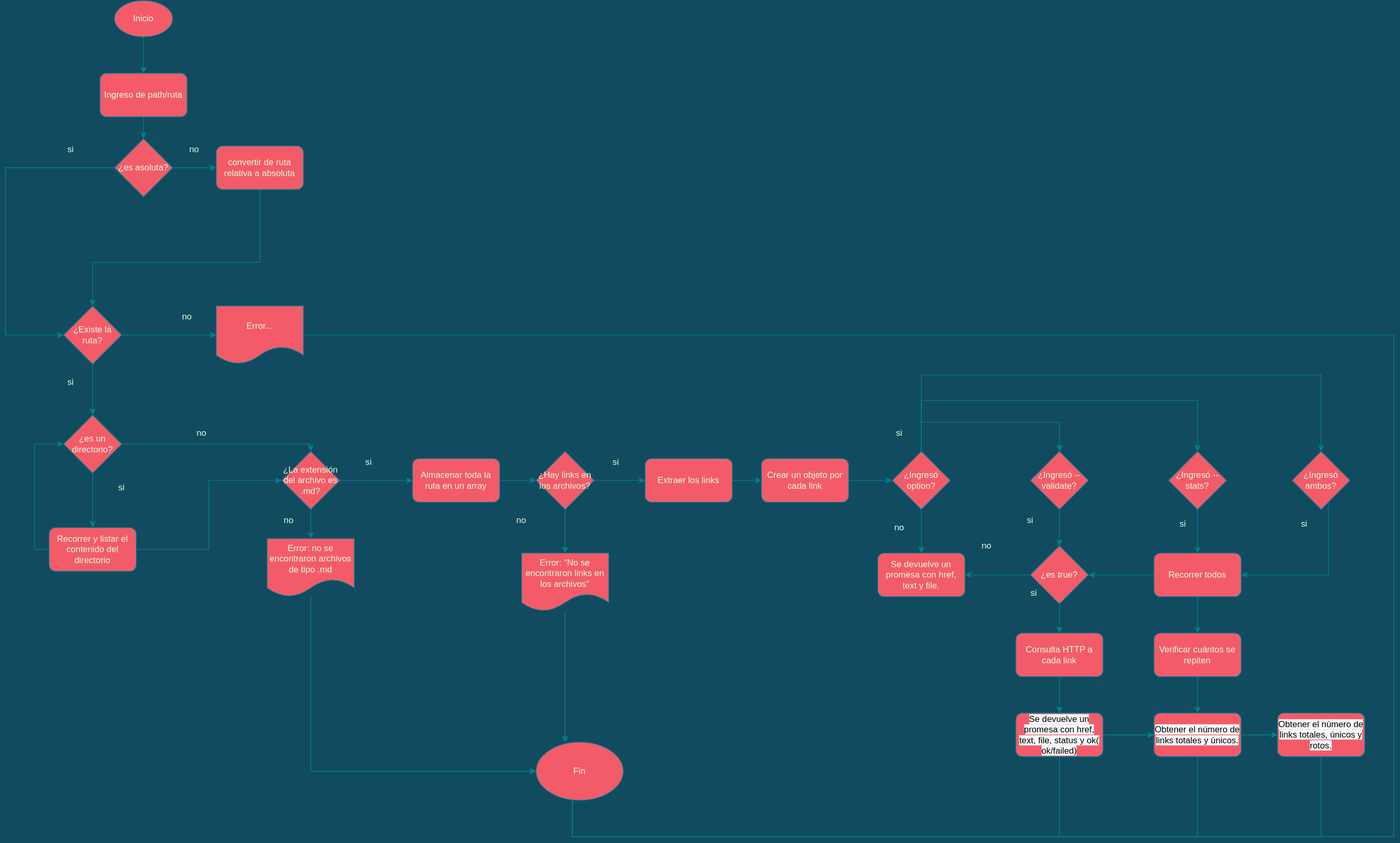
The draw.io diagram MD-links-Diagram.drawio.svg in Laboratoria/LIM17-md-links, before a commit. Source tidied: cells renumbered, new cells last; positions are measured from the earlier drawing's top-left corner, leaving out a move shared by most shapes.
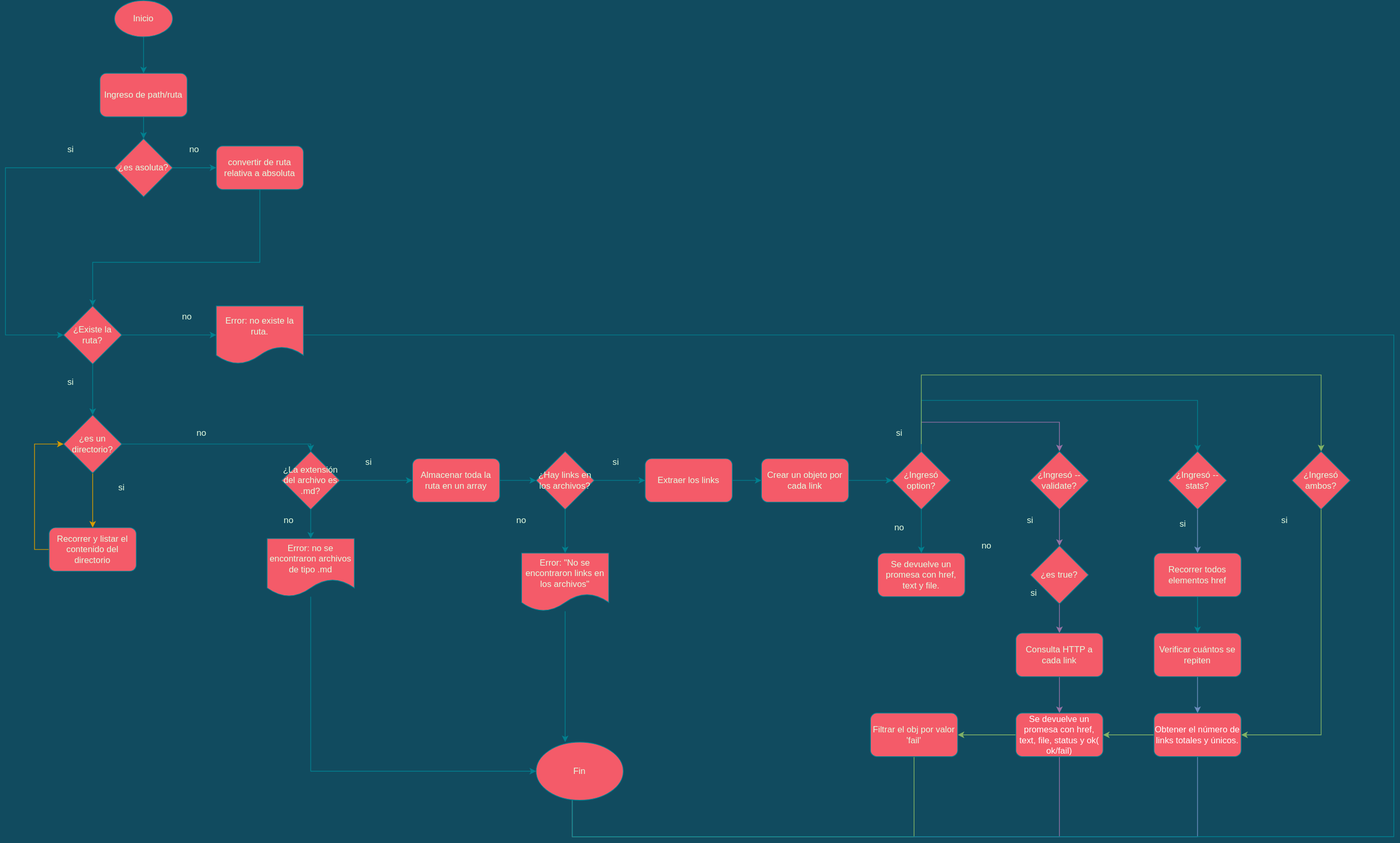
The same file after the commit.

Diff of the diagram source:
```diff
@@ -39,3 +39,3 @@
     </mxCell>
-    <mxCell id="12" style="edgeStyle=orthogonalEdgeStyle;rounded=0;jettySize=auto;html=1;exitX=0.5;exitY=1;exitDx=0;exitDy=0;entryX=0.5;entryY=0;entryDx=0;entryDy=0;labelBackgroundColor=#114B5F;strokeColor=#028090;fontColor=#E4FDE1;" parent="1" edge="1" source="13" target="15">
+    <mxCell id="12" style="edgeStyle=orthogonalEdgeStyle;rounded=0;jettySize=auto;html=1;exitX=0.5;exitY=1;exitDx=0;exitDy=0;entryX=0.5;entryY=0;entryDx=0;entryDy=0;labelBackgroundColor=#114B5F;strokeColor=#d79b00;fontColor=#E4FDE1;fillColor=#ffe6cc;" parent="1" edge="1" source="13" target="15">
       <mxGeometry relative="1" as="geometry" />
@@ -45,3 +45,3 @@
     </mxCell>
-    <mxCell id="14" style="edgeStyle=orthogonalEdgeStyle;rounded=0;jettySize=auto;html=1;exitX=0;exitY=0.5;exitDx=0;exitDy=0;entryX=0;entryY=0.5;entryDx=0;entryDy=0;labelBackgroundColor=#114B5F;strokeColor=#028090;fontColor=#E4FDE1;" parent="1" edge="1" source="15" target="13">
+    <mxCell id="14" style="edgeStyle=orthogonalEdgeStyle;rounded=0;jettySize=auto;html=1;exitX=0;exitY=0.5;exitDx=0;exitDy=0;entryX=0;entryY=0.5;entryDx=0;entryDy=0;labelBackgroundColor=#114B5F;strokeColor=#d79b00;fontColor=#E4FDE1;fillColor=#ffe6cc;" parent="1" edge="1" source="15" target="13">
       <mxGeometry relative="1" as="geometry" />
@@ -97,3 +97,3 @@
     </mxCell>
-    <mxCell id="30" style="edgeStyle=orthogonalEdgeStyle;rounded=0;jettySize=auto;html=1;labelBackgroundColor=#114B5F;strokeColor=#028090;fontColor=#E4FDE1;" parent="1" edge="1" source="33" target="38">
+    <mxCell id="30" style="edgeStyle=orthogonalEdgeStyle;rounded=0;jettySize=auto;html=1;labelBackgroundColor=#114B5F;strokeColor=#9673a6;fontColor=#E4FDE1;fillColor=#e1d5e7;" parent="1" edge="1" source="33" target="38">
       <mxGeometry relative="1" as="geometry">
@@ -113,3 +113,3 @@
     </mxCell>
-    <mxCell id="32" style="edgeStyle=orthogonalEdgeStyle;rounded=0;jettySize=auto;html=1;entryX=0.5;entryY=0;entryDx=0;entryDy=0;exitX=1;exitY=1;exitDx=0;exitDy=0;labelBackgroundColor=#114B5F;strokeColor=#028090;fontColor=#E4FDE1;" parent="1" edge="1" source="36" target="55">
+    <mxCell id="32" style="edgeStyle=orthogonalEdgeStyle;rounded=0;jettySize=auto;html=1;entryX=0.5;entryY=0;entryDx=0;entryDy=0;exitX=1;exitY=1;exitDx=0;exitDy=0;labelBackgroundColor=#114B5F;strokeColor=#82b366;fontColor=#E4FDE1;fillColor=#d5e8d4;" parent="1" edge="1" source="36" target="55">
       <mxGeometry relative="1" as="geometry">
@@ -133,3 +133,3 @@
     </mxCell>
-    <mxCell id="37" style="edgeStyle=orthogonalEdgeStyle;rounded=0;jettySize=auto;html=1;entryX=0.5;entryY=0;entryDx=0;entryDy=0;labelBackgroundColor=#114B5F;strokeColor=#028090;fontColor=#E4FDE1;" parent="1" edge="1" source="38" target="48">
+    <mxCell id="37" style="edgeStyle=orthogonalEdgeStyle;rounded=0;jettySize=auto;html=1;entryX=0.5;entryY=0;entryDx=0;entryDy=0;labelBackgroundColor=#114B5F;strokeColor=#9673a6;fontColor=#E4FDE1;fillColor=#e1d5e7;" parent="1" edge="1" source="38" target="48">
       <mxGeometry relative="1" as="geometry" />
@@ -139,3 +139,3 @@
     </mxCell>
-    <mxCell id="39" style="edgeStyle=orthogonalEdgeStyle;rounded=0;jettySize=auto;html=1;labelBackgroundColor=#114B5F;strokeColor=#028090;fontColor=#E4FDE1;" parent="1" edge="1" source="40" target="79">
+    <mxCell id="39" style="edgeStyle=orthogonalEdgeStyle;rounded=0;jettySize=auto;html=1;labelBackgroundColor=#114B5F;strokeColor=#6c8ebf;fontColor=#E4FDE1;fillColor=#dae8fc;" parent="1" edge="1" source="40" target="79">
       <mxGeometry relative="1" as="geometry" />
@@ -145,3 +145,3 @@
     </mxCell>
-    <mxCell id="41" style="edgeStyle=orthogonalEdgeStyle;rounded=0;jettySize=auto;html=1;entryX=1;entryY=0.5;entryDx=0;entryDy=0;labelBackgroundColor=#114B5F;strokeColor=#028090;fontColor=#E4FDE1;" parent="1" edge="1" source="43">
+    <mxCell id="41" style="edgeStyle=orthogonalEdgeStyle;rounded=0;jettySize=auto;html=1;entryX=1;entryY=0.5;entryDx=0;entryDy=0;labelBackgroundColor=#114B5F;strokeColor=#6c8ebf;fontColor=#E4FDE1;fillColor=#dae8fc;" parent="1" edge="1" source="43">
       <mxGeometry relative="1" as="geometry">
@@ -155,6 +155,6 @@
     </mxCell>
-    <mxCell id="42" style="edgeStyle=orthogonalEdgeStyle;rounded=0;jettySize=auto;html=1;labelBackgroundColor=#114B5F;strokeColor=#028090;fontColor=#E4FDE1;" parent="1" edge="1" source="43" target="57">
-      <mxGeometry relative="1" as="geometry" />
-    </mxCell>
+    <mxCell id="86" style="edgeStyle=orthogonalEdgeStyle;rounded=0;jettySize=auto;html=1;fontColor=#FFFFFF;fillColor=#d5e8d4;strokeColor=#82b366;" parent="1" edge="1" source="43" target="51">
+      <mxGeometry relative="1" as="geometry" />
+    </mxCell>
-    <mxCell id="43" value="&lt;span style=&quot;color: rgb(0, 0, 0); font-family: Helvetica; font-size: 12px; font-style: normal; font-variant-ligatures: normal; font-variant-caps: normal; font-weight: 400; letter-spacing: normal; orphans: 2; text-align: center; text-indent: 0px; text-transform: none; widows: 2; word-spacing: 0px; -webkit-text-stroke-width: 0px; background-color: rgb(248, 249, 250); text-decoration-thickness: initial; text-decoration-style: initial; text-decoration-color: initial; float: none; display: inline !important;&quot;&gt;Obtener el número de links totales y únicos.&lt;/span&gt;" style="rounded=1;whiteSpace=wrap;html=1;fillColor=#F45B69;strokeColor=#028090;fontColor=#E4FDE1;" parent="1" vertex="1">
+    <mxCell id="43" value="&lt;font color=&quot;#FFFFFF&quot;&gt;&lt;span style=&quot;background-color: rgb(244, 91, 105);&quot;&gt;&lt;span style=&quot;font-family: Helvetica; font-size: 12px; font-style: normal; font-variant-ligatures: normal; font-variant-caps: normal; font-weight: 400; letter-spacing: normal; text-align: center; text-indent: 0px; text-transform: none; word-spacing: 0px; -webkit-text-stroke-width: 0px; text-decoration-thickness: initial; text-decoration-style: initial; text-decoration-color: initial; float: none; display: inline !important;&quot;&gt;Obtener el número de links totales y únicos.&lt;/span&gt;&lt;/span&gt;&lt;/font&gt;" style="rounded=1;whiteSpace=wrap;html=1;fillColor=#F45B69;strokeColor=#028090;fontColor=#E4FDE1;" parent="1" vertex="1">
       <mxGeometry x="1580" y="980" width="120" height="60" as="geometry" />
@@ -167,6 +167,3 @@
     </mxCell>
-    <mxCell id="46" style="edgeStyle=orthogonalEdgeStyle;rounded=0;jettySize=auto;html=1;labelBackgroundColor=#114B5F;strokeColor=#028090;fontColor=#E4FDE1;" parent="1" edge="1" source="48" target="34">
-      <mxGeometry relative="1" as="geometry" />
-    </mxCell>
-    <mxCell id="47" style="edgeStyle=orthogonalEdgeStyle;rounded=0;jettySize=auto;html=1;labelBackgroundColor=#114B5F;strokeColor=#028090;fontColor=#E4FDE1;" parent="1" edge="1" source="48" target="76">
+    <mxCell id="47" style="edgeStyle=orthogonalEdgeStyle;rounded=0;jettySize=auto;html=1;labelBackgroundColor=#114B5F;strokeColor=#9673a6;fontColor=#E4FDE1;fillColor=#e1d5e7;" parent="1" edge="1" source="48" target="76">
       <mxGeometry relative="1" as="geometry" />
@@ -176,3 +173,3 @@
     </mxCell>
-    <mxCell id="49" style="edgeStyle=orthogonalEdgeStyle;rounded=0;jettySize=auto;html=1;entryX=1;entryY=0.5;entryDx=0;entryDy=0;labelBackgroundColor=#114B5F;strokeColor=#028090;fontColor=#E4FDE1;" parent="1" edge="1" source="51" target="84">
+    <mxCell id="49" style="edgeStyle=orthogonalEdgeStyle;rounded=0;jettySize=auto;html=1;entryX=1;entryY=0.5;entryDx=0;entryDy=0;labelBackgroundColor=#114B5F;strokeColor=#9673a6;fontColor=#E4FDE1;fillColor=#e1d5e7;" parent="1" edge="1" source="51" target="84">
       <mxGeometry relative="1" as="geometry">
@@ -185,6 +182,6 @@
     </mxCell>
-    <mxCell id="50" style="edgeStyle=orthogonalEdgeStyle;rounded=0;jettySize=auto;html=1;labelBackgroundColor=#114B5F;strokeColor=#028090;fontColor=#E4FDE1;" parent="1" edge="1" source="51" target="43">
-      <mxGeometry relative="1" as="geometry" />
-    </mxCell>
+    <mxCell id="87" style="edgeStyle=orthogonalEdgeStyle;rounded=0;jettySize=auto;html=1;fontColor=#FFFFFF;fillColor=#d5e8d4;strokeColor=#82b366;" parent="1" edge="1" source="51" target="57">
+      <mxGeometry relative="1" as="geometry" />
+    </mxCell>
-    <mxCell id="51" value="&lt;span style=&quot;color: rgb(0, 0, 0); font-family: Helvetica; font-size: 12px; font-style: normal; font-variant-ligatures: normal; font-variant-caps: normal; font-weight: 400; letter-spacing: normal; orphans: 2; text-align: center; text-indent: 0px; text-transform: none; widows: 2; word-spacing: 0px; -webkit-text-stroke-width: 0px; background-color: rgb(248, 249, 250); text-decoration-thickness: initial; text-decoration-style: initial; text-decoration-color: initial; float: none; display: inline !important;&quot;&gt;Se devuelve un promesa con href, text, file, status y ok( ok/failed)&lt;/span&gt;" style="rounded=1;whiteSpace=wrap;html=1;fillColor=#F45B69;strokeColor=#028090;fontColor=#E4FDE1;" parent="1" vertex="1">
+    <mxCell id="51" value="&lt;font color=&quot;#FFFFFF&quot;&gt;&lt;span style=&quot;background-color: rgb(244, 91, 105);&quot;&gt;&lt;span style=&quot;font-family: Helvetica; font-size: 12px; font-style: normal; font-variant-ligatures: normal; font-variant-caps: normal; font-weight: 400; letter-spacing: normal; text-align: center; text-indent: 0px; text-transform: none; word-spacing: 0px; -webkit-text-stroke-width: 0px; text-decoration-thickness: initial; text-decoration-style: initial; text-decoration-color: initial; float: none; display: inline !important;&quot;&gt;Se devuelve un promesa con href, text, file, status y ok( ok/fail)&lt;/span&gt;&lt;/span&gt;&lt;/font&gt;" style="rounded=1;whiteSpace=wrap;html=1;fillColor=#F45B69;strokeColor=#028090;fontColor=#E4FDE1;" parent="1" vertex="1">
       <mxGeometry x="1390" y="980" width="120" height="60" as="geometry" />
@@ -197,9 +194,2 @@
     </mxCell>
-    <mxCell id="54" style="edgeStyle=orthogonalEdgeStyle;rounded=0;jettySize=auto;html=1;entryX=1;entryY=0.5;entryDx=0;entryDy=0;labelBackgroundColor=#114B5F;strokeColor=#028090;fontColor=#E4FDE1;" parent="1" edge="1" source="55" target="79">
-      <mxGeometry relative="1" as="geometry">
-        <Array as="points">
-          <mxPoint x="1820" y="790" />
-        </Array>
-      </mxGeometry>
-    </mxCell>
     <mxCell id="55" value="¿Ingresó ambos?" style="rhombus;whiteSpace=wrap;html=1;fillColor=#F45B69;strokeColor=#028090;fontColor=#E4FDE1;" parent="1" vertex="1">
@@ -207,14 +197,13 @@
     </mxCell>
-    <mxCell id="56" style="edgeStyle=orthogonalEdgeStyle;rounded=0;jettySize=auto;html=1;entryX=1;entryY=0.5;entryDx=0;entryDy=0;labelBackgroundColor=#114B5F;strokeColor=#028090;fontColor=#E4FDE1;" parent="1" edge="1" source="57">
-      <mxGeometry relative="1" as="geometry">
-        <mxPoint x="830" y="1060" as="targetPoint" />
-        <Array as="points">
-          <mxPoint x="1810" y="1150" />
-          <mxPoint x="780" y="1150" />
-          <mxPoint x="780" y="1060" />
-        </Array>
-      </mxGeometry>
-    </mxCell>
+    <mxCell id="88" style="edgeStyle=orthogonalEdgeStyle;rounded=0;jettySize=auto;html=1;fontColor=#FFFFFF;fillColor=#d5e8d4;strokeColor=#82b366;entryX=0.983;entryY=0.375;entryDx=0;entryDy=0;entryPerimeter=0;" parent="1" edge="1" source="57" target="84">
+      <mxGeometry relative="1" as="geometry">
+        <Array as="points">
+          <mxPoint x="1250" y="1150" />
+          <mxPoint x="780" y="1150" />
+          <mxPoint x="780" y="1050" />
+        </Array>
+      </mxGeometry>
+    </mxCell>
-    <mxCell id="57" value="&lt;span style=&quot;color: rgb(0, 0, 0); font-family: Helvetica; font-size: 12px; font-style: normal; font-variant-ligatures: normal; font-variant-caps: normal; font-weight: 400; letter-spacing: normal; orphans: 2; text-align: center; text-indent: 0px; text-transform: none; widows: 2; word-spacing: 0px; -webkit-text-stroke-width: 0px; background-color: rgb(248, 249, 250); text-decoration-thickness: initial; text-decoration-style: initial; text-decoration-color: initial; float: none; display: inline !important;&quot;&gt;Obtener el número de links totales, únicos y rotos.&lt;/span&gt;" style="rounded=1;whiteSpace=wrap;html=1;fillColor=#F45B69;strokeColor=#028090;fontColor=#E4FDE1;" parent="1" vertex="1">
-      <mxGeometry x="1750" y="980" width="120" height="60" as="geometry" />
+    <mxCell id="57" value="Filtrar el obj por valor 'fail'" style="rounded=1;whiteSpace=wrap;html=1;fillColor=#F45B69;strokeColor=#028090;fontColor=#E4FDE1;" parent="1" vertex="1">
+      <mxGeometry x="1190" y="980" width="120" height="60" as="geometry" />
     </mxCell>
@@ -239,3 +228,3 @@
     </mxCell>
-    <mxCell id="61" value="&lt;span style=&quot;&quot;&gt;Error...&lt;/span&gt;" style="shape=document;whiteSpace=wrap;html=1;boundedLbl=1;fillColor=#F45B69;strokeColor=#028090;fontColor=#E4FDE1;" parent="1" vertex="1">
+    <mxCell id="61" value="&lt;span style=&quot;&quot;&gt;Error: no existe la ruta.&lt;/span&gt;" style="shape=document;whiteSpace=wrap;html=1;boundedLbl=1;fillColor=#F45B69;strokeColor=#028090;fontColor=#E4FDE1;" parent="1" vertex="1">
       <mxGeometry x="290" y="420" width="120" height="80" as="geometry" />
@@ -254,5 +243,2 @@
     </mxCell>
-    <mxCell id="66" style="edgeStyle=orthogonalEdgeStyle;rounded=0;jettySize=auto;html=1;entryX=0;entryY=0.5;entryDx=0;entryDy=0;exitX=1;exitY=0.5;exitDx=0;exitDy=0;labelBackgroundColor=#114B5F;strokeColor=#028090;fontColor=#E4FDE1;" parent="1" edge="1" source="15" target="20">
-      <mxGeometry relative="1" as="geometry" />
-    </mxCell>
     <mxCell id="67" style="edgeStyle=orthogonalEdgeStyle;rounded=0;jettySize=auto;html=1;entryX=0;entryY=0.5;entryDx=0;entryDy=0;labelBackgroundColor=#114B5F;strokeColor=#028090;fontColor=#E4FDE1;" parent="1" edge="1" source="68" target="84">
@@ -290,3 +276,3 @@
     </mxCell>
-    <mxCell id="75" style="edgeStyle=orthogonalEdgeStyle;rounded=0;jettySize=auto;html=1;entryX=0.5;entryY=0;entryDx=0;entryDy=0;labelBackgroundColor=#114B5F;strokeColor=#028090;fontColor=#E4FDE1;" parent="1" edge="1" source="76" target="51">
+    <mxCell id="75" style="edgeStyle=orthogonalEdgeStyle;rounded=0;jettySize=auto;html=1;entryX=0.5;entryY=0;entryDx=0;entryDy=0;labelBackgroundColor=#114B5F;strokeColor=#9673a6;fontColor=#E4FDE1;fillColor=#e1d5e7;" parent="1" edge="1" source="76" target="51">
       <mxGeometry relative="1" as="geometry" />
@@ -296,5 +282,2 @@
     </mxCell>
-    <mxCell id="77" style="edgeStyle=orthogonalEdgeStyle;rounded=0;jettySize=auto;html=1;labelBackgroundColor=#114B5F;strokeColor=#028090;fontColor=#E4FDE1;" parent="1" edge="1" source="79" target="48">
-      <mxGeometry relative="1" as="geometry" />
-    </mxCell>
     <mxCell id="78" style="edgeStyle=orthogonalEdgeStyle;rounded=0;jettySize=auto;html=1;labelBackgroundColor=#114B5F;strokeColor=#028090;fontColor=#E4FDE1;" parent="1" edge="1" source="79" target="81">
@@ -302,6 +285,6 @@
     </mxCell>
-    <mxCell id="79" value="Recorrer todos" style="rounded=1;whiteSpace=wrap;html=1;fillColor=#F45B69;strokeColor=#028090;fontColor=#E4FDE1;" parent="1" vertex="1">
+    <mxCell id="79" value="Recorrer todos elementos href" style="rounded=1;whiteSpace=wrap;html=1;fillColor=#F45B69;strokeColor=#028090;fontColor=#E4FDE1;" parent="1" vertex="1">
       <mxGeometry x="1580" y="760" width="120" height="60" as="geometry" />
     </mxCell>
-    <mxCell id="80" style="edgeStyle=orthogonalEdgeStyle;rounded=0;jettySize=auto;html=1;labelBackgroundColor=#114B5F;strokeColor=#028090;fontColor=#E4FDE1;" parent="1" edge="1" source="81" target="43">
+    <mxCell id="80" style="edgeStyle=orthogonalEdgeStyle;rounded=0;jettySize=auto;html=1;labelBackgroundColor=#114B5F;strokeColor=#6c8ebf;fontColor=#E4FDE1;fillColor=#dae8fc;" parent="1" edge="1" source="81" target="43">
       <mxGeometry relative="1" as="geometry" />
@@ -321,4 +304,7 @@
     <mxCell id="85" value="si" style="text;html=1;strokeColor=none;fillColor=none;align=center;verticalAlign=middle;whiteSpace=wrap;rounded=0;fontColor=#E4FDE1;" parent="1" vertex="1">
-      <mxGeometry x="1757" y="705" width="60" height="30" as="geometry" />
+      <mxGeometry x="1730" y="700" width="60" height="30" as="geometry" />
     </mxCell>
+    <mxCell id="89" style="edgeStyle=orthogonalEdgeStyle;rounded=0;jettySize=auto;html=1;entryX=1;entryY=0.5;entryDx=0;entryDy=0;labelBackgroundColor=#114B5F;strokeColor=#82b366;fontColor=#E4FDE1;exitX=0.5;exitY=1;exitDx=0;exitDy=0;fillColor=#d5e8d4;" parent="1" edge="1" source="55" target="43">
+      <mxGeometry relative="1" as="geometry" />
+    </mxCell>
   </root>
```
